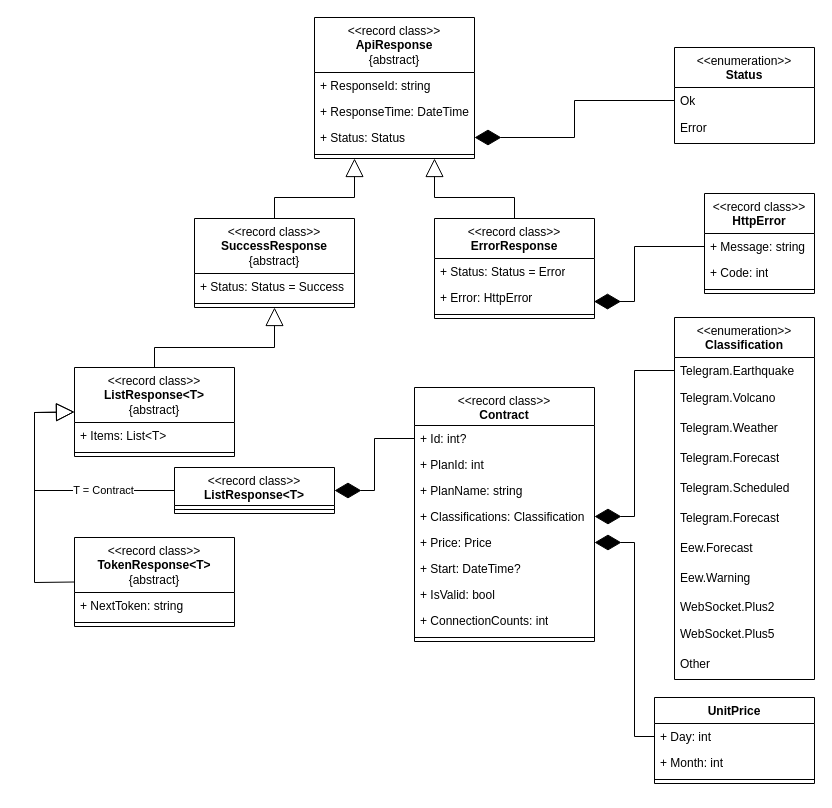
EasonSYC/a-level-computing-coursework keeps this draw.io diagram as img/class-http.drawio. Above is the earlier version. Source tidied: cells renumbered, new cells numbered last; positions are measured from the earlier drawing's top-left corner, leaving out a move shared by most shapes. Both pictures are drawn from the tidied source at 100%, with x=0, y=0 at pixel (34, 17).
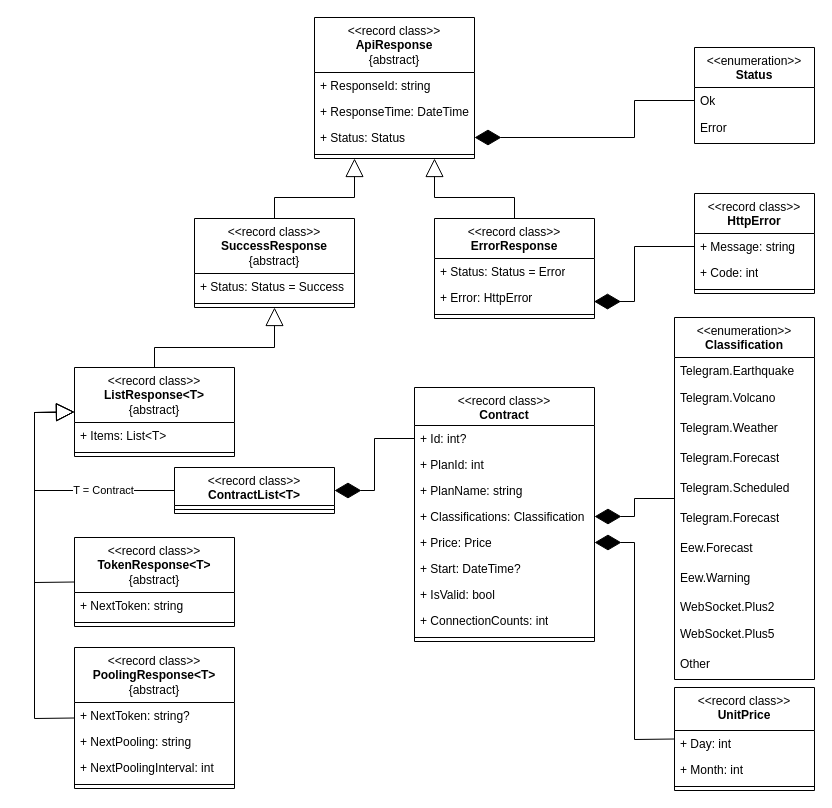
The same diagram, later.

Unchanged cells that the change refers to:
```xml
<mxCell id="15" value="&amp;lt;&amp;lt;enumeration&amp;gt;&amp;gt;&lt;br&gt;&lt;b&gt;Classification&lt;/b&gt;" style="swimlane;fontStyle=0;align=center;verticalAlign=top;horizontal=1;startSize=40;html=1;whiteSpace=wrap;" parent="1" vertex="1">
  <mxGeometry x="640" y="300" width="140" height="362" as="geometry" />
</mxCell>
<mxCell id="33" value="+ Status: Status" style="text;strokeColor=none;fillColor=none;align=left;verticalAlign=top;spacingLeft=4;spacingRight=4;overflow=hidden;points=[[0,0.5],[1,0.5]];portConstraint=eastwest;whiteSpace=wrap;html=1;" parent="30" vertex="1">
  <mxGeometry y="107" width="160" height="26" as="geometry" />
</mxCell>
<mxCell id="46" value="&amp;lt;&amp;lt;record class&amp;gt;&amp;gt;&lt;br&gt;&lt;b&gt;ListResponse&amp;lt;T&amp;gt;&lt;/b&gt;&lt;br&gt;{abstract}" style="swimlane;fontStyle=0;align=center;verticalAlign=top;horizontal=1;startSize=55;html=1;whiteSpace=wrap;" parent="1" vertex="1">
  <mxGeometry x="40" y="350" width="160" height="89" as="geometry" />
</mxCell>
<mxCell id="55" value="+ Classifications: Classification" style="text;strokeColor=none;fillColor=none;align=left;verticalAlign=top;spacingLeft=4;spacingRight=4;overflow=hidden;points=[[0,0.5],[1,0.5]];portConstraint=eastwest;whiteSpace=wrap;html=1;" parent="51" vertex="1">
  <mxGeometry y="116" width="180" height="26" as="geometry" />
</mxCell>
<mxCell id="56" value="+ Price: Price" style="text;strokeColor=none;fillColor=none;align=left;verticalAlign=top;spacingLeft=4;spacingRight=4;overflow=hidden;points=[[0,0.5],[1,0.5]];portConstraint=eastwest;whiteSpace=wrap;html=1;" parent="51" vertex="1">
  <mxGeometry y="142" width="180" height="26" as="geometry" />
</mxCell>
```

The edit, as a diff of the source:
```diff
@@
     <mxCell id="2" value="&amp;lt;&amp;lt;enumeration&amp;gt;&amp;gt;&lt;br&gt;&lt;b&gt;Status&lt;/b&gt;" style="swimlane;fontStyle=0;align=center;verticalAlign=top;horizontal=1;startSize=40;html=1;whiteSpace=wrap;" parent="1" vertex="1">
-      <mxGeometry x="640" y="30" width="140" height="96" as="geometry" />
+      <mxGeometry x="660" y="30" width="120" height="96" as="geometry" />
     </mxCell>
     <mxCell id="3" value="Ok" style="text;strokeColor=none;fillColor=none;align=left;verticalAlign=top;spacingLeft=4;spacingRight=4;overflow=hidden;points=[[0,0.5],[1,0.5]];portConstraint=eastwest;whiteSpace=wrap;html=1;" parent="2" vertex="1">
-      <mxGeometry y="40" width="140" height="26" as="geometry" />
+      <mxGeometry y="40" width="120" height="26" as="geometry" />
     </mxCell>
     <mxCell id="4" value="Error" style="text;html=1;strokeColor=none;fillColor=none;align=left;verticalAlign=middle;spacingLeft=4;spacingRight=4;overflow=hidden;whiteSpace=wrap;" parent="2" vertex="1">
-      <mxGeometry y="66" width="140" height="30" as="geometry" />
+      <mxGeometry y="66" width="120" height="30" as="geometry" />
     </mxCell>
     <mxCell id="5" style="endArrow=diamondThin;endFill=1;endSize=24;html=1;rounded=0;entryX=1;entryY=0.5;entryDx=0;entryDy=0;exitX=0;exitY=0.5;exitDx=0;exitDy=0;" parent="1" edge="1" source="3" target="33">
       <mxGeometry relative="1" as="geometry">
         <Array as="points">
-          <mxPoint x="540" y="83" />
-          <mxPoint x="540" y="120" />
+          <mxPoint x="600" y="83" />
+          <mxPoint x="600" y="120" />
         </Array>
       </mxGeometry>
     </mxCell>
@@
-    <mxCell id="10" value="UnitPrice" style="swimlane;fontStyle=1;align=center;verticalAlign=top;horizontal=1;startSize=26;whiteSpace=wrap;html=1;" parent="1" vertex="1">
-      <mxGeometry x="620" y="680" width="160" height="86" as="geometry" />
-    </mxCell>
-    <mxCell id="11" value="+ Day: int" style="text;strokeColor=none;fillColor=none;align=left;verticalAlign=top;spacingLeft=4;spacingRight=4;overflow=hidden;points=[[0,0.5],[1,0.5]];portConstraint=eastwest;whiteSpace=wrap;html=1;" parent="10" vertex="1">
-      <mxGeometry y="26" width="160" height="26" as="geometry" />
-    </mxCell>
-    <mxCell id="12" value="+ Month: int" style="text;strokeColor=none;fillColor=none;align=left;verticalAlign=top;spacingLeft=4;spacingRight=4;overflow=hidden;whiteSpace=wrap;html=1;" parent="10" vertex="1">
-      <mxGeometry y="52" width="160" height="26" as="geometry" />
-    </mxCell>
-    <mxCell id="13" style="line;strokeWidth=1;fillColor=none;align=left;verticalAlign=middle;spacingTop=-1;spacingLeft=3;spacingRight=3;labelPosition=right;strokeColor=inherit;" parent="10" vertex="1">
-      <mxGeometry y="78" width="160" height="8" as="geometry" />
-    </mxCell>
-    <mxCell id="14" style="endArrow=diamondThin;endFill=1;endSize=24;html=1;rounded=0;exitX=0;exitY=0.5;exitDx=0;exitDy=0;entryX=1;entryY=0.5;entryDx=0;entryDy=0;" parent="1" edge="1" source="11" target="56">
+    <mxCell id="14" style="endArrow=diamondThin;endFill=1;endSize=24;html=1;rounded=0;exitX=0;exitY=0.5;exitDx=0;exitDy=0;entryX=1;entryY=0.5;entryDx=0;entryDy=0;" parent="1" edge="1" source="71" target="56">
       <mxGeometry relative="1" as="geometry">
         <Array as="points">
-          <mxPoint x="600" y="719" />
+          <mxPoint x="600" y="722" />
           <mxPoint x="600" y="525" />
         </Array>
       </mxGeometry>
     </mxCell>
@@
-    <mxCell id="16" value="Telegram.Earthquake" style="text;strokeColor=none;fillColor=none;align=left;verticalAlign=top;spacingLeft=4;spacingRight=4;overflow=hidden;points=[[0,0.5],[1,0.5]];portConstraint=eastwest;whiteSpace=wrap;html=1;" parent="15" vertex="1">
-      <mxGeometry y="40" width="140" height="26" as="geometry" />
-    </mxCell>
-    <mxCell id="17" value="Telegram.Volcano" style="text;html=1;strokeColor=none;fillColor=none;align=left;verticalAlign=middle;spacingLeft=4;spacingRight=4;overflow=hidden;whiteSpace=wrap;" parent="15" vertex="1">
-      <mxGeometry y="66" width="140" height="30" as="geometry" />
-    </mxCell>
-    <mxCell id="18" value="Telegram.Weather" style="text;html=1;strokeColor=none;fillColor=none;align=left;verticalAlign=middle;spacingLeft=4;spacingRight=4;overflow=hidden;whiteSpace=wrap;" parent="15" vertex="1">
-      <mxGeometry y="96" width="140" height="30" as="geometry" />
-    </mxCell>
-    <mxCell id="19" value="Telegram.Forecast" style="text;html=1;strokeColor=none;fillColor=none;align=left;verticalAlign=middle;spacingLeft=4;spacingRight=4;overflow=hidden;whiteSpace=wrap;" parent="15" vertex="1">
-      <mxGeometry y="126" width="140" height="30" as="geometry" />
-    </mxCell>
-    <mxCell id="20" value="Telegram.Scheduled" style="text;html=1;strokeColor=none;fillColor=none;align=left;verticalAlign=middle;spacingLeft=4;spacingRight=4;overflow=hidden;whiteSpace=wrap;" parent="15" vertex="1">
-      <mxGeometry y="156" width="140" height="30" as="geometry" />
-    </mxCell>
-    <mxCell id="21" value="Telegram.Forecast" style="text;html=1;strokeColor=none;fillColor=none;align=left;verticalAlign=middle;spacingLeft=4;spacingRight=4;overflow=hidden;whiteSpace=wrap;" parent="15" vertex="1">
-      <mxGeometry y="186" width="140" height="30" as="geometry" />
-    </mxCell>
-    <mxCell id="22" value="Eew.Forecast" style="text;html=1;strokeColor=none;fillColor=none;align=left;verticalAlign=middle;spacingLeft=4;spacingRight=4;overflow=hidden;whiteSpace=wrap;" parent="15" vertex="1">
-      <mxGeometry y="216" width="140" height="30" as="geometry" />
-    </mxCell>
-    <mxCell id="23" value="Eew.Warning" style="text;html=1;strokeColor=none;fillColor=none;align=left;verticalAlign=middle;spacingLeft=4;spacingRight=4;overflow=hidden;whiteSpace=wrap;" parent="15" vertex="1">
-      <mxGeometry y="246" width="140" height="30" as="geometry" />
-    </mxCell>
-    <mxCell id="24" value="WebSocket.Plus2" style="text;strokeColor=none;fillColor=none;align=left;verticalAlign=top;spacingLeft=4;spacingRight=4;overflow=hidden;whiteSpace=wrap;html=1;" parent="15" vertex="1">
-      <mxGeometry y="276" width="140" height="26" as="geometry" />
-    </mxCell>
-    <mxCell id="25" value="WebSocket.Plus5" style="text;html=1;strokeColor=none;fillColor=none;align=left;verticalAlign=middle;spacingLeft=4;spacingRight=4;overflow=hidden;whiteSpace=wrap;" parent="15" vertex="1">
-      <mxGeometry y="302" width="140" height="30" as="geometry" />
-    </mxCell>
-    <mxCell id="26" value="Other" style="text;html=1;strokeColor=none;fillColor=none;align=left;verticalAlign=middle;spacingLeft=4;spacingRight=4;overflow=hidden;whiteSpace=wrap;" parent="15" vertex="1">
-      <mxGeometry y="332" width="140" height="30" as="geometry" />
-    </mxCell>
-    <mxCell id="27" style="endArrow=diamondThin;endFill=1;endSize=24;html=1;rounded=0;exitX=0;exitY=0.5;exitDx=0;exitDy=0;entryX=1;entryY=0.5;entryDx=0;entryDy=0;" parent="1" edge="1" source="16" target="55">
+    <mxCell id="27" style="endArrow=diamondThin;endFill=1;endSize=24;html=1;rounded=0;exitX=0;exitY=0.5;exitDx=0;exitDy=0;entryX=1;entryY=0.5;entryDx=0;entryDy=0;" parent="1" edge="1" source="15" target="55">
       <mxGeometry relative="1" as="geometry">
         <Array as="points">
-          <mxPoint x="600" y="353" />
+          <mxPoint x="600" y="481" />
           <mxPoint x="600" y="499" />
         </Array>
       </mxGeometry>
     </mxCell>
@@
     <mxCell id="35" value="&amp;lt;&amp;lt;record class&amp;gt;&amp;gt;&lt;br&gt;&lt;b&gt;HttpError&lt;/b&gt;" style="swimlane;fontStyle=0;align=center;verticalAlign=top;horizontal=1;startSize=40;html=1;whiteSpace=wrap;" parent="1" vertex="1">
-      <mxGeometry x="670" y="176" width="110" height="100" as="geometry" />
+      <mxGeometry x="660" y="176" width="120" height="100" as="geometry" />
     </mxCell>
     <mxCell id="36" value="+ Message: string" style="text;strokeColor=none;fillColor=none;align=left;verticalAlign=top;spacingLeft=4;spacingRight=4;overflow=hidden;points=[[0,0.5],[1,0.5]];portConstraint=eastwest;whiteSpace=wrap;html=1;" parent="35" vertex="1">
-      <mxGeometry y="40" width="110" height="26" as="geometry" />
+      <mxGeometry y="40" width="120" height="26" as="geometry" />
     </mxCell>
     <mxCell id="37" value="+ Code: int" style="text;strokeColor=none;fillColor=none;align=left;verticalAlign=top;spacingLeft=4;spacingRight=4;overflow=hidden;whiteSpace=wrap;html=1;" parent="35" vertex="1">
-      <mxGeometry y="66" width="110" height="26" as="geometry" />
+      <mxGeometry y="66" width="120" height="26" as="geometry" />
     </mxCell>
     <mxCell id="38" style="line;strokeWidth=1;fillColor=none;align=left;verticalAlign=middle;spacingTop=-1;spacingLeft=3;spacingRight=3;labelPosition=right;" parent="35" vertex="1">
-      <mxGeometry y="92" width="110" height="8" as="geometry" />
+      <mxGeometry y="92" width="120" height="8" as="geometry" />
     </mxCell>
@@
-    <mxCell id="49" value="&amp;lt;&amp;lt;record class&amp;gt;&amp;gt;&lt;br&gt;&lt;b&gt;ListResponse&amp;lt;T&amp;gt;&lt;/b&gt;" style="swimlane;fontStyle=0;align=center;verticalAlign=top;horizontal=1;startSize=38;html=1;whiteSpace=wrap;" parent="1" vertex="1">
+    <mxCell id="49" value="&amp;lt;&amp;lt;record class&amp;gt;&amp;gt;&lt;br&gt;&lt;b&gt;ContractList&amp;lt;T&amp;gt;&lt;/b&gt;" style="swimlane;fontStyle=0;align=center;verticalAlign=top;horizontal=1;startSize=38;html=1;whiteSpace=wrap;" parent="1" vertex="1">
       <mxGeometry x="140" y="450" width="160" height="46" as="geometry" />
     </mxCell>
@@
+    <mxCell id="65" value="&amp;lt;&amp;lt;record class&amp;gt;&amp;gt;&lt;br&gt;&lt;div&gt;&lt;b&gt;PoolingResponse&amp;lt;T&amp;gt;&lt;/b&gt;&lt;br&gt;{abstract}&lt;/div&gt;" style="swimlane;fontStyle=0;align=center;verticalAlign=top;horizontal=1;startSize=55;html=1;whiteSpace=wrap;" parent="1" vertex="1">
+      <mxGeometry x="40" y="630" width="160" height="141" as="geometry" />
+    </mxCell>
+    <mxCell id="66" value="+ NextToken: string?" style="text;strokeColor=none;fillColor=none;align=left;verticalAlign=top;spacingLeft=4;spacingRight=4;overflow=hidden;whiteSpace=wrap;html=1;" parent="65" vertex="1">
+      <mxGeometry y="55" width="160" height="26" as="geometry" />
+    </mxCell>
+    <mxCell id="67" value="+ NextPooling: string" style="text;strokeColor=none;fillColor=none;align=left;verticalAlign=top;spacingLeft=4;spacingRight=4;overflow=hidden;whiteSpace=wrap;html=1;" parent="65" vertex="1">
+      <mxGeometry y="81" width="160" height="26" as="geometry" />
+    </mxCell>
+    <mxCell id="68" value="+ NextPoolingInterval: int" style="text;strokeColor=none;fillColor=none;align=left;verticalAlign=top;spacingLeft=4;spacingRight=4;overflow=hidden;whiteSpace=wrap;html=1;" parent="65" vertex="1">
+      <mxGeometry y="107" width="160" height="26" as="geometry" />
+    </mxCell>
+    <mxCell id="69" style="line;strokeWidth=1;fillColor=none;align=left;verticalAlign=middle;spacingTop=-1;spacingLeft=3;spacingRight=3;labelPosition=right;" parent="65" vertex="1">
+      <mxGeometry y="133" width="160" height="8" as="geometry" />
+    </mxCell>
+    <mxCell id="70" style="endArrow=block;endSize=16;endFill=0;html=1;rounded=0;exitX=0;exitY=0.5;exitDx=0;exitDy=0;entryX=0;entryY=0.5;entryDx=0;entryDy=0;" parent="1" edge="1" source="65" target="46">
+      <mxGeometry relative="1" as="geometry">
+        <Array as="points">
+          <mxPoint y="701" />
+          <mxPoint y="395" />
+        </Array>
+      </mxGeometry>
+    </mxCell>
+    <mxCell id="71" value="&amp;lt;&amp;lt;record class&amp;gt;&amp;gt;&lt;br&gt;&lt;b&gt;UnitPrice&lt;/b&gt;" style="swimlane;fontStyle=0;align=center;verticalAlign=top;horizontal=1;startSize=43;html=1;whiteSpace=wrap;" parent="1" vertex="1">
+      <mxGeometry x="640" y="670" width="140" height="103" as="geometry" />
+    </mxCell>
+    <mxCell id="11" value="+ Day: int" style="text;strokeColor=none;fillColor=none;align=left;verticalAlign=top;spacingLeft=4;spacingRight=4;overflow=hidden;points=[[0,0.5],[1,0.5]];portConstraint=eastwest;whiteSpace=wrap;html=1;" parent="71" vertex="1">
+      <mxGeometry y="43" width="140" height="26" as="geometry" />
+    </mxCell>
+    <mxCell id="12" value="+ Month: int" style="text;strokeColor=none;fillColor=none;align=left;verticalAlign=top;spacingLeft=4;spacingRight=4;overflow=hidden;whiteSpace=wrap;html=1;" parent="71" vertex="1">
+      <mxGeometry y="69" width="140" height="26" as="geometry" />
+    </mxCell>
+    <mxCell id="72" style="line;strokeWidth=1;fillColor=none;align=left;verticalAlign=middle;spacingTop=-1;spacingLeft=3;spacingRight=3;labelPosition=right;" parent="71" vertex="1">
+      <mxGeometry y="95" width="140" height="8" as="geometry" />
+    </mxCell>
+    <mxCell id="16" value="Telegram.Earthquake" style="text;strokeColor=none;fillColor=none;align=left;verticalAlign=top;spacingLeft=4;spacingRight=4;overflow=hidden;points=[[0,0.5],[1,0.5]];portConstraint=eastwest;whiteSpace=wrap;html=1;" parent="1" vertex="1">
+      <mxGeometry x="640" y="340" width="140" height="26" as="geometry" />
+    </mxCell>
+    <mxCell id="17" value="Telegram.Volcano" style="text;html=1;strokeColor=none;fillColor=none;align=left;verticalAlign=middle;spacingLeft=4;spacingRight=4;overflow=hidden;whiteSpace=wrap;" parent="1" vertex="1">
+      <mxGeometry x="640" y="366" width="140" height="30" as="geometry" />
+    </mxCell>
+    <mxCell id="18" value="Telegram.Weather" style="text;html=1;strokeColor=none;fillColor=none;align=left;verticalAlign=middle;spacingLeft=4;spacingRight=4;overflow=hidden;whiteSpace=wrap;" parent="1" vertex="1">
+      <mxGeometry x="640" y="396" width="140" height="30" as="geometry" />
+    </mxCell>
+    <mxCell id="73" value="Telegram.Forecast" style="text;html=1;strokeColor=none;fillColor=none;align=left;verticalAlign=middle;spacingLeft=4;spacingRight=4;overflow=hidden;whiteSpace=wrap;" parent="1" vertex="1">
+      <mxGeometry x="640" y="426" width="140" height="30" as="geometry" />
+    </mxCell>
+    <mxCell id="20" value="Telegram.Scheduled" style="text;html=1;strokeColor=none;fillColor=none;align=left;verticalAlign=middle;spacingLeft=4;spacingRight=4;overflow=hidden;whiteSpace=wrap;" parent="1" vertex="1">
+      <mxGeometry x="640" y="456" width="140" height="30" as="geometry" />
+    </mxCell>
+    <mxCell id="74" value="Telegram.Forecast" style="text;html=1;strokeColor=none;fillColor=none;align=left;verticalAlign=middle;spacingLeft=4;spacingRight=4;overflow=hidden;whiteSpace=wrap;" parent="1" vertex="1">
+      <mxGeometry x="640" y="486" width="140" height="30" as="geometry" />
+    </mxCell>
+    <mxCell id="22" value="Eew.Forecast" style="text;html=1;strokeColor=none;fillColor=none;align=left;verticalAlign=middle;spacingLeft=4;spacingRight=4;overflow=hidden;whiteSpace=wrap;" parent="1" vertex="1">
+      <mxGeometry x="640" y="516" width="140" height="30" as="geometry" />
+    </mxCell>
+    <mxCell id="23" value="Eew.Warning" style="text;html=1;strokeColor=none;fillColor=none;align=left;verticalAlign=middle;spacingLeft=4;spacingRight=4;overflow=hidden;whiteSpace=wrap;" parent="1" vertex="1">
+      <mxGeometry x="640" y="546" width="140" height="30" as="geometry" />
+    </mxCell>
+    <mxCell id="24" value="WebSocket.Plus2" style="text;strokeColor=none;fillColor=none;align=left;verticalAlign=top;spacingLeft=4;spacingRight=4;overflow=hidden;whiteSpace=wrap;html=1;" parent="1" vertex="1">
+      <mxGeometry x="640" y="576" width="140" height="26" as="geometry" />
+    </mxCell>
+    <mxCell id="25" value="WebSocket.Plus5" style="text;html=1;strokeColor=none;fillColor=none;align=left;verticalAlign=middle;spacingLeft=4;spacingRight=4;overflow=hidden;whiteSpace=wrap;" parent="1" vertex="1">
+      <mxGeometry x="640" y="602" width="140" height="30" as="geometry" />
+    </mxCell>
+    <mxCell id="26" value="Other" style="text;html=1;strokeColor=none;fillColor=none;align=left;verticalAlign=middle;spacingLeft=4;spacingRight=4;overflow=hidden;whiteSpace=wrap;" parent="1" vertex="1">
+      <mxGeometry x="640" y="632" width="140" height="30" as="geometry" />
+    </mxCell>
```
